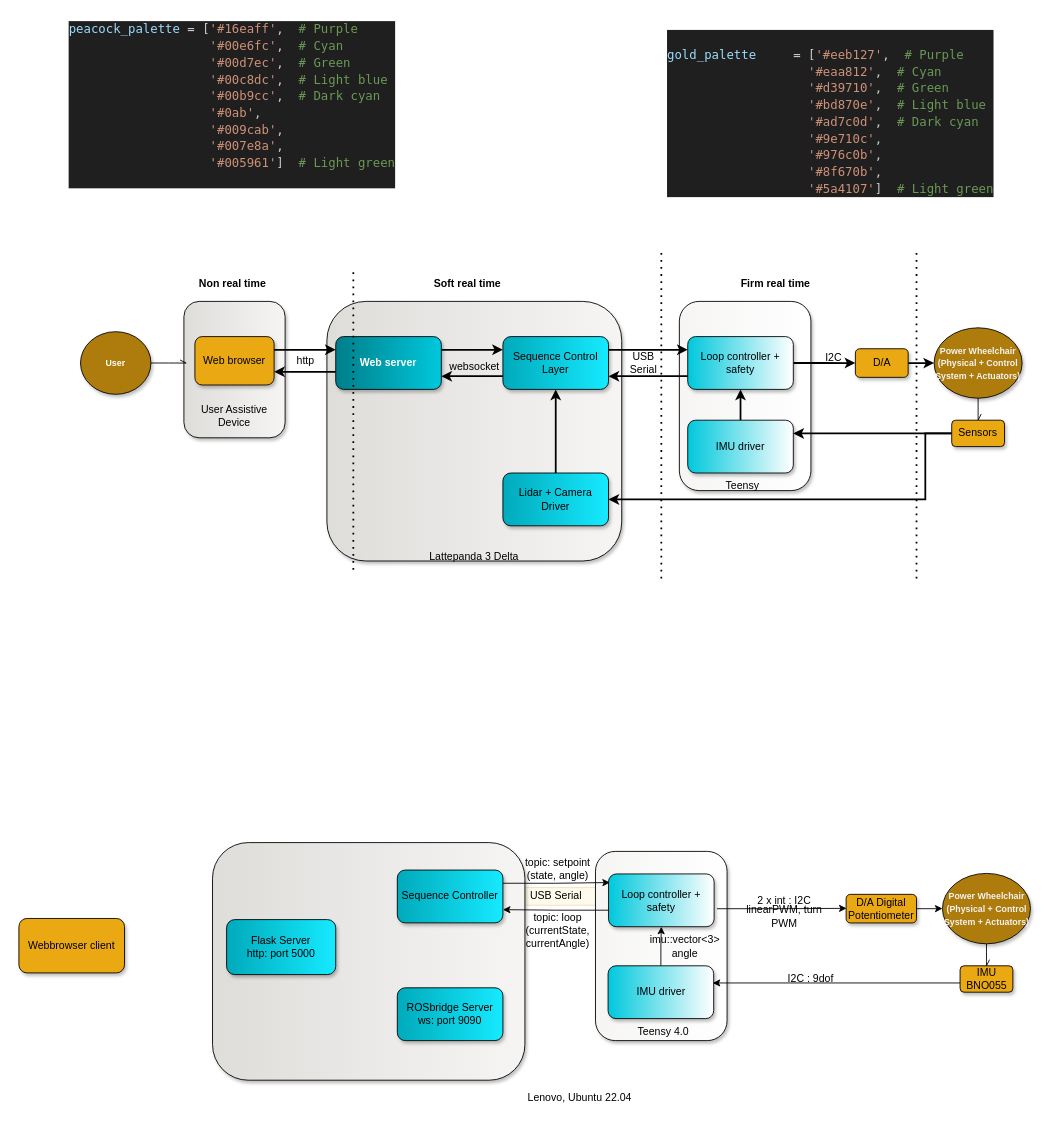
mekuro9/PWAO-CSU keeps this draw.io diagram as Diagrams/architectural diagram.drawio. Above is the earlier version. Source tidied: cells renumbered, new cells numbered last; positions are measured from the earlier drawing's top-left corner, leaving out a move shared by most shapes. Both pictures are drawn from the tidied source at 88%, with x=0, y=0 at pixel (18, 15).
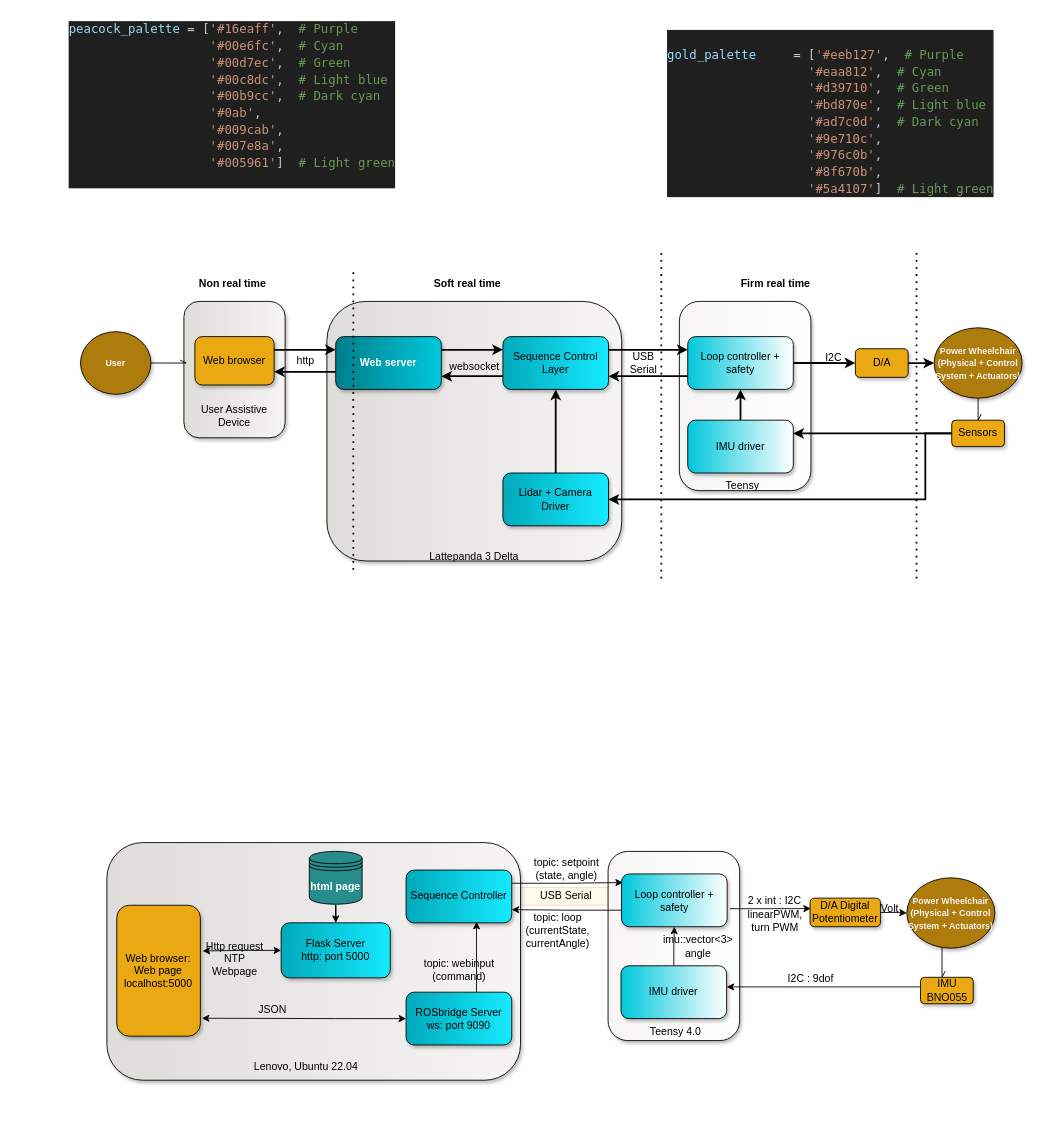
Above is the later version.

The edit, as a diff of the source:
```diff
@@
     <mxCell id="2" value="USB Serial" style="text;html=1;align=center;verticalAlign=middle;whiteSpace=wrap;rounded=0;strokeColor=#d6b656;fillColor=#fff2cc;opacity=40;" parent="1" vertex="1">
-      <mxGeometry x="562.5" y="991.2" width="95" height="20" as="geometry" />
+      <mxGeometry x="562.5" y="991.2" width="117.5" height="20" as="geometry" />
     </mxCell>
@@
     <mxCell id="45" value="&lt;p style=&quot;line-height: 120%;&quot; align=&quot;right&quot;&gt;&lt;br&gt;&lt;/p&gt;" style="rounded=1;whiteSpace=wrap;html=1;fillColor=#f6f5f4;gradientColor=#ffffff;gradientDirection=east;shadow=1;" parent="1" vertex="1">
-      <mxGeometry x="655.2" y="950" width="149.5" height="215" as="geometry" />
+      <mxGeometry x="669.5" y="950" width="149.5" height="215" as="geometry" />
     </mxCell>
-    <mxCell id="46" style="edgeStyle=orthogonalEdgeStyle;rounded=0;jettySize=auto;html=1;entryX=0;entryY=0.5;entryDx=0;entryDy=0;strokeWidth=1;exitX=1.027;exitY=0.659;exitDx=0;exitDy=0;exitPerimeter=0;" parent="1" edge="1" source="47">
+    <mxCell id="46" style="edgeStyle=orthogonalEdgeStyle;rounded=0;jettySize=auto;html=1;strokeWidth=1;exitX=1.027;exitY=0.659;exitDx=0;exitDy=0;exitPerimeter=0;" parent="1" edge="1" source="47">
       <mxGeometry relative="1" as="geometry">
-        <mxPoint x="940.5" y="1014.7" as="targetPoint" />
+        <mxPoint x="900" y="1015" as="targetPoint" />
       </mxGeometry>
     </mxCell>
     <mxCell id="47" value="Loop controller + safety" style="rounded=1;whiteSpace=wrap;html=1;fillColor=#00c8dc;shadow=1;gradientColor=#ffffff;gradientDirection=east;" parent="1" vertex="1">
-      <mxGeometry x="670" y="975.6" width="120" height="60" as="geometry" />
+      <mxGeometry x="684.8" y="975.6" width="120" height="60" as="geometry" />
     </mxCell>
@@
     <mxCell id="49" value="IMU driver" style="rounded=1;whiteSpace=wrap;html=1;fillColor=#00c8dc;shadow=1;gradientColor=#ffffff;gradientDirection=east;" parent="1" vertex="1">
-      <mxGeometry x="669.5" y="1080" width="120" height="60" as="geometry" />
+      <mxGeometry x="684.2" y="1080" width="120" height="60" as="geometry" />
     </mxCell>
     <mxCell id="50" style="edgeStyle=orthogonalEdgeStyle;rounded=0;jettySize=auto;html=1;endArrow=openAsync;endFill=0;" parent="1" edge="1" source="51" target="55">
       <mxGeometry relative="1" as="geometry">
         <Array as="points">
-          <mxPoint x="1099.5" y="1075" />
-          <mxPoint x="1099.5" y="1075" />
+          <mxPoint x="1049" y="1080" />
+          <mxPoint x="1049" y="1080" />
         </Array>
       </mxGeometry>
     </mxCell>
     <mxCell id="51" value="&lt;font color=&quot;#f5f4f3&quot;&gt;&lt;b&gt;&lt;font style=&quot;font-size: 10px;&quot;&gt;Power Wheelchair (Physical + Control System + Actuators)&lt;/font&gt;&lt;/b&gt;&lt;/font&gt;" style="ellipse;whiteSpace=wrap;html=1;fillColor=#ad7c0d;shadow=1;" parent="1" vertex="1">
-      <mxGeometry x="1049.5" y="975" width="100" height="80" as="geometry" />
+      <mxGeometry x="1009" y="980" width="100" height="80" as="geometry" />
     </mxCell>
@@
     <mxCell id="53" value="D/A Digital Potentiometer" style="rounded=1;whiteSpace=wrap;html=1;fillColor=#eaa812;shadow=1;" parent="1" vertex="1">
-      <mxGeometry x="940" y="998.8" width="80" height="32.5" as="geometry" />
+      <mxGeometry x="899" y="1003.1" width="80" height="32.5" as="geometry" />
     </mxCell>
-    <mxCell id="54" style="edgeStyle=orthogonalEdgeStyle;rounded=0;jettySize=auto;html=1;entryX=0.991;entryY=0.325;entryDx=0;entryDy=0;strokeWidth=1;entryPerimeter=0;" parent="1" edge="1" source="55" target="49">
+    <mxCell id="54" style="edgeStyle=orthogonalEdgeStyle;rounded=0;jettySize=auto;html=1;strokeWidth=1;" parent="1" edge="1" source="55" target="49">
       <mxGeometry relative="1" as="geometry">
         <Array as="points">
-          <mxPoint x="790" y="1100" />
+          <mxPoint x="870" y="1104" />
+          <mxPoint x="870" y="1104" />
         </Array>
       </mxGeometry>
     </mxCell>
     <mxCell id="55" value="IMU BNO055" style="rounded=1;whiteSpace=wrap;html=1;fillColor=#eaa812;shadow=1;" parent="1" vertex="1">
-      <mxGeometry x="1069.5" y="1080" width="60" height="30" as="geometry" />
+      <mxGeometry x="1024.5" y="1093.1" width="60" height="30" as="geometry" />
     </mxCell>
     <mxCell id="56" value="Teensy 4.0" style="text;html=1;align=center;verticalAlign=middle;whiteSpace=wrap;rounded=0;" parent="1" vertex="1">
-      <mxGeometry x="669.5" y="1140" width="125" height="30" as="geometry" />
+      <mxGeometry x="684.2" y="1140" width="125" height="30" as="geometry" />
     </mxCell>
     <mxCell id="57" value="2 x int : I2C" style="text;html=1;align=center;verticalAlign=middle;whiteSpace=wrap;rounded=0;" parent="1" vertex="1">
-      <mxGeometry x="830" y="998.8" width="80" height="13.8" as="geometry" />
+      <mxGeometry x="819" y="998.8" width="80" height="13.8" as="geometry" />
     </mxCell>
     <mxCell id="58" value="linearPWM, turn PWM" style="text;html=1;align=center;verticalAlign=middle;whiteSpace=wrap;rounded=0;" parent="1" vertex="1">
-      <mxGeometry x="809.5" y="1017.5" width="120" height="13.8" as="geometry" />
+      <mxGeometry x="819.2" y="1021.9" width="80.8" height="13.8" as="geometry" />
     </mxCell>
@@
     <mxCell id="60" value="imu::vector&amp;lt;3&amp;gt; angle" style="text;html=1;align=center;verticalAlign=middle;whiteSpace=wrap;rounded=0;" parent="1" vertex="1">
-      <mxGeometry x="720.2" y="1040" width="74.2" height="35" as="geometry" />
+      <mxGeometry x="735" y="1040" width="74.2" height="35" as="geometry" />
     </mxCell>
     <mxCell id="61" value="&lt;p style=&quot;line-height: 120%;&quot; align=&quot;right&quot;&gt;&lt;br&gt;&lt;/p&gt;" style="rounded=1;whiteSpace=wrap;html=1;fillColor=#deddda;shadow=1;gradientColor=#f6f5f4;gradientDirection=east;" parent="1" vertex="1">
-      <mxGeometry x="220" y="940" width="355" height="270" as="geometry" />
+      <mxGeometry x="100" y="940" width="470" height="270" as="geometry" />
     </mxCell>
     <mxCell id="62" value="Lenovo, Ubuntu 22.04" style="text;html=1;align=center;verticalAlign=middle;whiteSpace=wrap;rounded=0;" parent="1" vertex="1">
-      <mxGeometry x="575" y="1215" width="125" height="30" as="geometry" />
+      <mxGeometry x="263.5" y="1180" width="125" height="30" as="geometry" />
     </mxCell>
     <mxCell id="63" value="Sequence Controller" style="rounded=1;whiteSpace=wrap;html=1;fillColor=#00aabb;shadow=1;fillStyle=auto;gradientColor=#16eaff;gradientDirection=east;" parent="1" vertex="1">
-      <mxGeometry x="430" y="971.2" width="120" height="60" as="geometry" />
+      <mxGeometry x="440" y="971.2" width="120" height="60" as="geometry" />
     </mxCell>
@@
     <mxCell id="66" value="topic: setpoint (state, angle)" style="text;html=1;align=center;verticalAlign=middle;whiteSpace=wrap;rounded=0;" parent="1" vertex="1">
-      <mxGeometry x="565" y="960" width="95" height="20" as="geometry" />
+      <mxGeometry x="575" y="960" width="95" height="20" as="geometry" />
     </mxCell>
@@
+    <mxCell id="71" style="edgeStyle=orthogonalEdgeStyle;rounded=0;jettySize=auto;html=1;" parent="1" edge="1" source="68">
+      <mxGeometry relative="1" as="geometry">
+        <mxPoint x="520" y="1030" as="targetPoint" />
+        <Array as="points">
+          <mxPoint x="520" y="1031" />
+        </Array>
+      </mxGeometry>
+    </mxCell>
     <mxCell id="68" value="&lt;div&gt;ROSbridge Server&lt;/div&gt;&lt;div&gt;ws: port 9090&lt;br&gt;&lt;/div&gt;" style="rounded=1;whiteSpace=wrap;html=1;fillColor=#00aabb;shadow=1;fillStyle=auto;gradientColor=#16eaff;gradientDirection=east;" parent="1" vertex="1">
-      <mxGeometry x="430" y="1105" width="120" height="60" as="geometry" />
+      <mxGeometry x="440" y="1110" width="120" height="60" as="geometry" />
     </mxCell>
     <mxCell id="69" value="&lt;div&gt;Flask Server&lt;/div&gt;&lt;div&gt;http: port 5000&lt;/div&gt;" style="rounded=1;whiteSpace=wrap;html=1;fillColor=#00aabb;shadow=1;fillStyle=auto;gradientColor=#16eaff;gradientDirection=east;" parent="1" vertex="1">
-      <mxGeometry x="236" y="1027.5" width="124" height="62.5" as="geometry" />
+      <mxGeometry x="298" y="1031.2" width="124" height="62.5" as="geometry" />
     </mxCell>
-    <mxCell id="70" value="Webbrowser client" style="rounded=1;whiteSpace=wrap;html=1;fillColor=#eaa812;shadow=1;" parent="1" vertex="1">
-      <mxGeometry y="1026.2" width="120" height="61.9" as="geometry" />
+    <mxCell id="70" value="&lt;div&gt;Web browser: Web page&lt;/div&gt;&lt;div&gt;localhost:5000&lt;br&gt;&lt;/div&gt;" style="rounded=1;whiteSpace=wrap;html=1;fillColor=#eaa812;shadow=1;" parent="1" vertex="1">
+      <mxGeometry x="111.2" y="1011.2" width="95" height="148.8" as="geometry" />
     </mxCell>
+    <mxCell id="72" style="edgeStyle=orthogonalEdgeStyle;rounded=0;jettySize=auto;html=1;" parent="1" edge="1" source="73" target="69">
+      <mxGeometry relative="1" as="geometry" />
+    </mxCell>
+    <mxCell id="73" value="&lt;font color=&quot;#ffffff&quot;&gt;&lt;b&gt;html page&lt;/b&gt;&lt;/font&gt;" style="shape=datastore;whiteSpace=wrap;html=1;fillColor=#298c8c;" parent="1" vertex="1">
+      <mxGeometry x="330" y="950" width="60" height="60" as="geometry" />
+    </mxCell>
+    <mxCell id="74" style="edgeStyle=orthogonalEdgeStyle;rounded=0;jettySize=auto;html=1;entryX=1.027;entryY=0.349;entryDx=0;entryDy=0;entryPerimeter=0;startArrow=classic;startFill=1;" parent="1" edge="1" source="69" target="70">
+      <mxGeometry relative="1" as="geometry" />
+    </mxCell>
+    <mxCell id="75" value="JSON" style="text;html=1;align=center;verticalAlign=middle;whiteSpace=wrap;rounded=0;" parent="1" vertex="1">
+      <mxGeometry x="241" y="1120" width="95" height="20" as="geometry" />
+    </mxCell>
+    <mxCell id="76" value="Http request" style="text;html=1;align=center;verticalAlign=middle;whiteSpace=wrap;rounded=0;" parent="1" vertex="1">
+      <mxGeometry x="197.5" y="1047.5" width="95" height="20" as="geometry" />
+    </mxCell>
+    <mxCell id="77" value="&lt;div&gt;NTP&lt;/div&gt;&lt;div&gt;Webpage&lt;br&gt;&lt;/div&gt;" style="text;html=1;align=center;verticalAlign=middle;whiteSpace=wrap;rounded=0;" parent="1" vertex="1">
+      <mxGeometry x="197.5" y="1063.1" width="95" height="31.2" as="geometry" />
+    </mxCell>
+    <mxCell id="78" value="topic: webinput (command)" style="text;html=1;align=center;verticalAlign=middle;whiteSpace=wrap;rounded=0;" parent="1" vertex="1">
+      <mxGeometry x="452.5" y="1075" width="95" height="20" as="geometry" />
+    </mxCell>
+    <mxCell id="79" value="Volt" style="text;html=1;align=center;verticalAlign=middle;whiteSpace=wrap;rounded=0;" parent="1" vertex="1">
+      <mxGeometry x="969.5" y="1008.1" width="39.5" height="13.8" as="geometry" />
+    </mxCell>
+    <mxCell id="80" style="edgeStyle=orthogonalEdgeStyle;rounded=0;jettySize=auto;html=1;entryX=1.018;entryY=0.863;entryDx=0;entryDy=0;entryPerimeter=0;startArrow=classic;startFill=1;" parent="1" edge="1" source="68" target="70">
+      <mxGeometry relative="1" as="geometry">
+        <Array as="points">
+          <mxPoint x="360" y="1140" />
+          <mxPoint x="360" y="1140" />
+        </Array>
+      </mxGeometry>
+    </mxCell>
```
